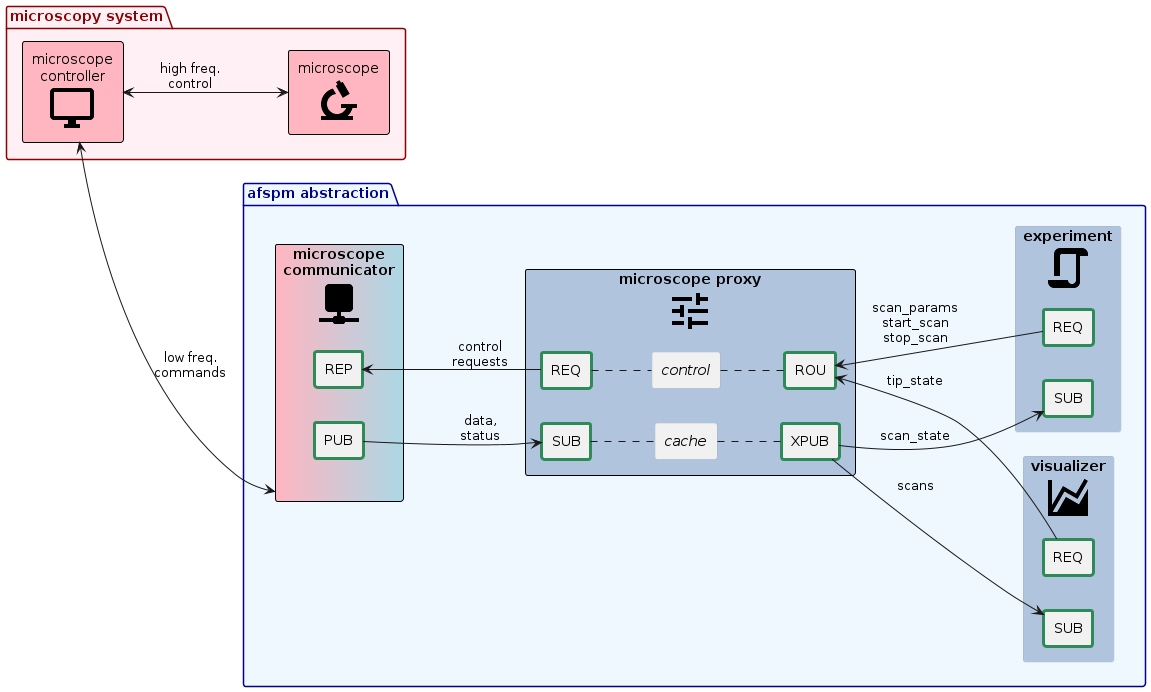
Above: docs/images/afspm_control.png in nsulmol/afspm (PlantUML), before the change.
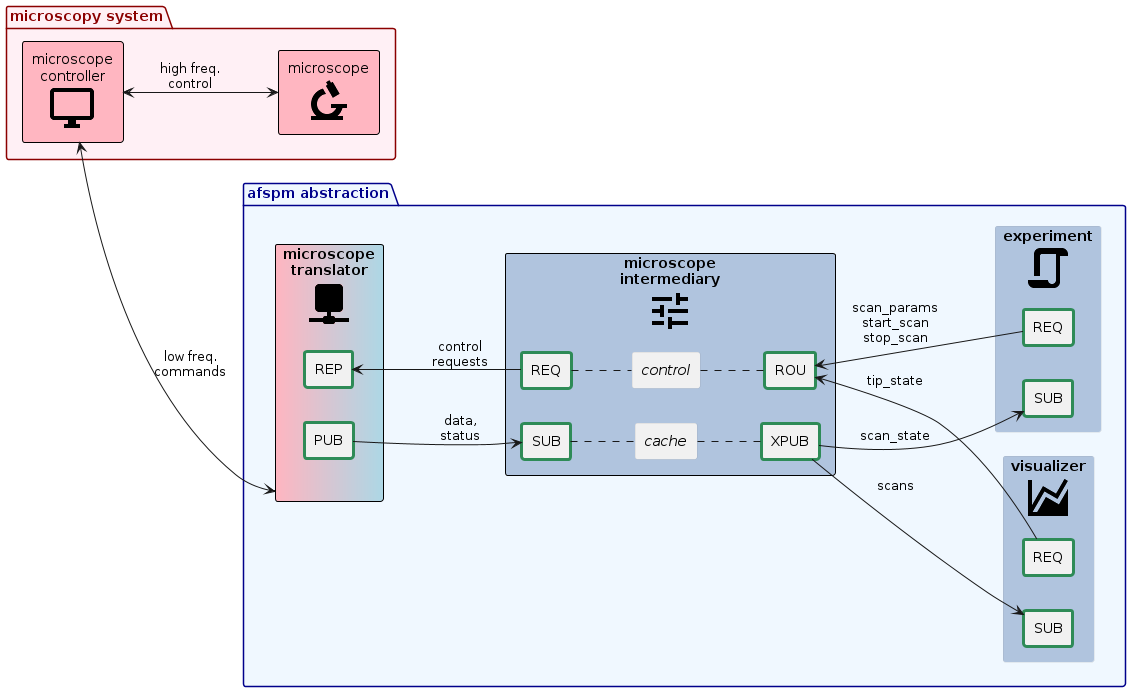
The same file after the commit.

What changed in the source:
```diff
@@ -9,13 +9,13 @@
 !include <material/script>
 
 package "afspm abstraction" <<groupinternal>> {
-  component "microscope\ncommunicator\n<$ma_network>" <<interface>> <<required>> as devcon {
+  component "microscope\ntranslator\n<$ma_network>" <<interface>> <<required>> as devcon {
     component PUB <<socket>> as dc_pub
     component REP <<socket>> as dc_rep
   }
 
 
-  component "microscope proxy\n<$ma_tune>" <<internal>> <<required>> as afspm_con {
+  component "microscope\nintermediary\n<$ma_tune>" <<internal>> <<required>> as afspm_con {
     component SUB <<socket>> as afspm_sub
     component XPUB <<socket>> as afspm_pub
     component "//cache//" as afspm_cache
```
